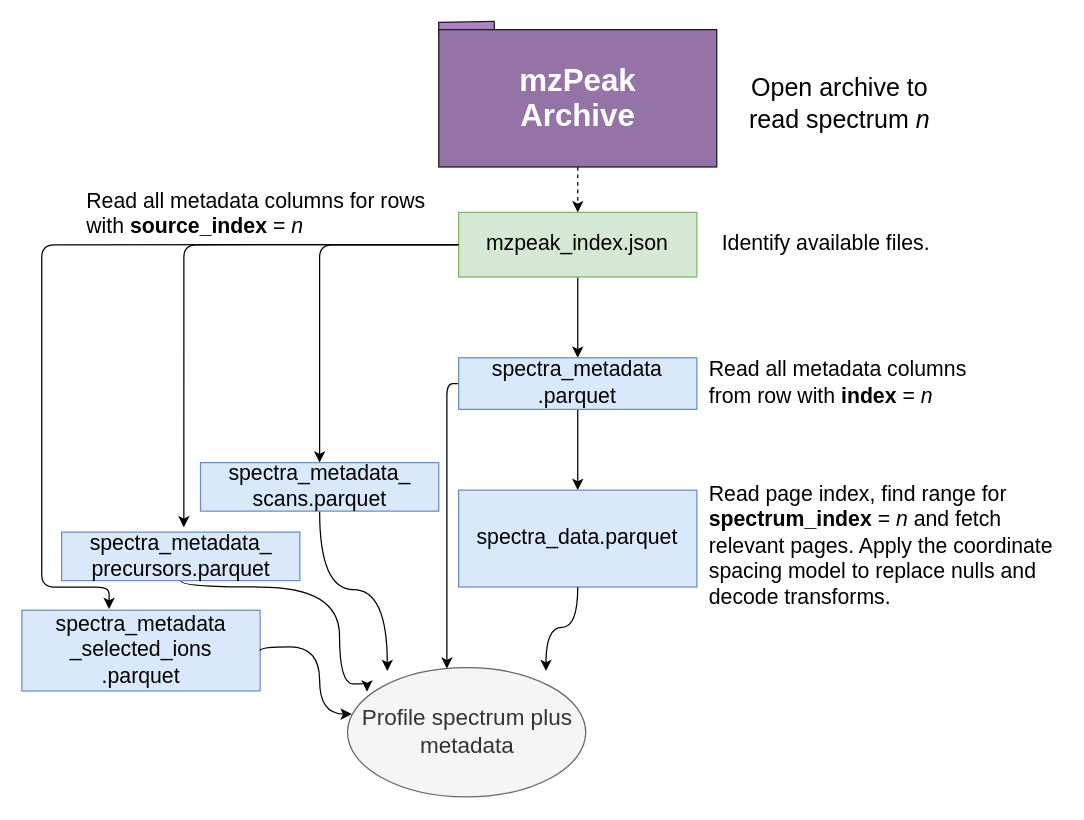
HUPO-PSI/mzPeak-specification keeps this draw.io diagram as docs/assets/img/reading-from-0.drawio. Above is the earlier version. Source tidied: cells renumbered, new cells numbered last; positions are measured from the earlier drawing's top-left corner, leaving out a move shared by most shapes. Both pictures are drawn from the tidied source at 125%, with x=0, y=0 at pixel (21, 21).
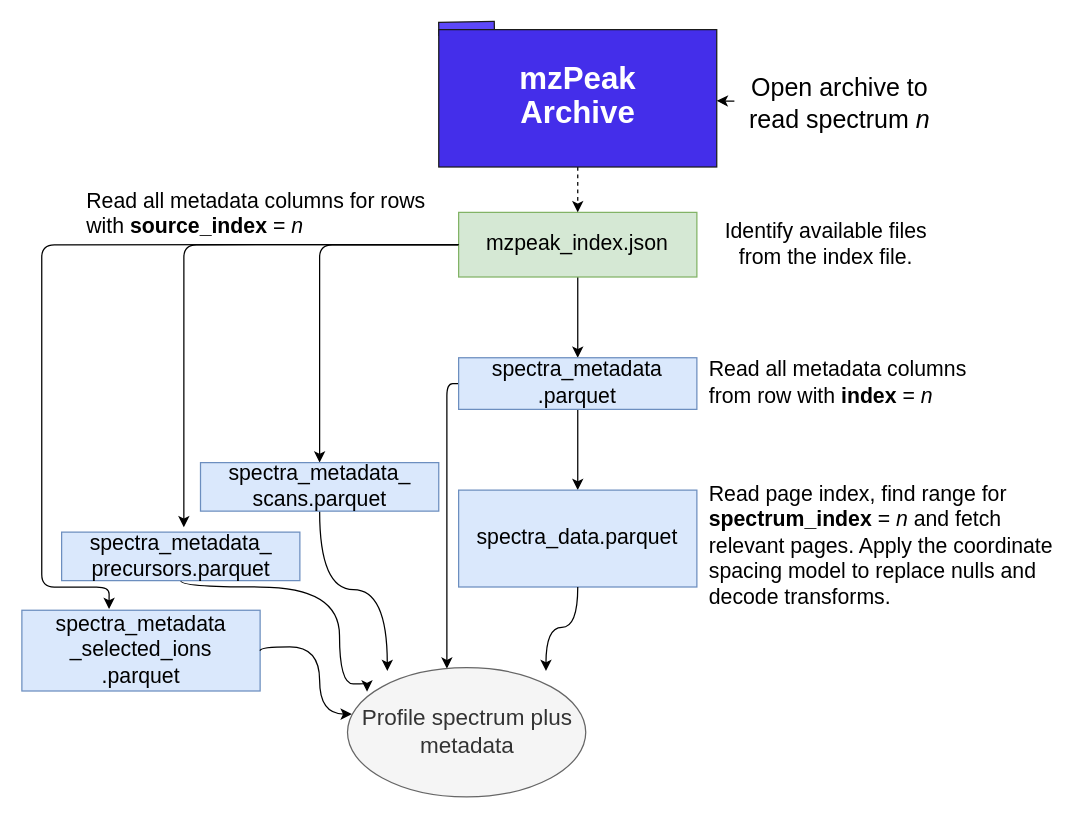
The same diagram, later.

Unchanged cells that the change refers to:
```xml
<mxCell id="27" value="&lt;font style=&quot;font-size: 20px;&quot;&gt;Open archive to read spectrum &lt;i style=&quot;&quot;&gt;n&lt;/i&gt;&lt;/font&gt;" style="text;html=1;whiteSpace=wrap;strokeColor=none;fillColor=none;align=center;verticalAlign=middle;rounded=0;fontSize=17;" parent="1" vertex="1">
  <mxGeometry x="570" y="50" width="168.5" height="30" as="geometry" />
</mxCell>
```

Change to the diagram source:
```diff
@@
-    <mxCell id="2" style="group;fontSize=18;" parent="1" vertex="1">
-      <mxGeometry x="333.5" width="222.4" height="116.1" as="geometry" />
-    </mxCell>
-    <mxCell id="3" style="whiteSpace=wrap;html=1;fillColor=#AD84BF;strokeColor=light-dark(#1A1A1A,#121212);rotation=359;fontSize=14;" parent="2" vertex="1">
-      <mxGeometry width="44.5" height="10.5" as="geometry" />
-    </mxCell>
-    <mxCell id="4" value="&lt;div style=&quot;line-height: 110%;&quot;&gt;&lt;span style=&quot;color: rgb(255, 255, 255);&quot;&gt;&lt;font style=&quot;font-size: 25px; line-height: 110%;&quot;&gt;&lt;b&gt;mzPeak&lt;/b&gt;&lt;/font&gt;&lt;/span&gt;&lt;div&gt;&lt;span style=&quot;color: rgb(255, 255, 255);&quot;&gt;&lt;font style=&quot;font-size: 25px; line-height: 110%;&quot;&gt;&lt;b&gt;Archive&lt;/b&gt;&lt;/font&gt;&lt;/span&gt;&lt;/div&gt;&lt;/div&gt;" style="whiteSpace=wrap;html=1;fillColor=#9673A6;strokeColor=light-dark(#1A1A1A,#121212);fontColor=light-dark(#FFFFFF,#121212);fontSize=18;" parent="2" vertex="1">
-      <mxGeometry y="6.2" width="222.4" height="109.9" as="geometry" />
-    </mxCell>
@@
-    <mxCell id="13" value="Identify available files." style="text;html=1;whiteSpace=wrap;strokeColor=none;fillColor=none;align=center;verticalAlign=middle;rounded=0;fontSize=17;" parent="1" vertex="1">
+    <mxCell id="13" value="Identify available files from the index file." style="text;html=1;whiteSpace=wrap;strokeColor=none;fillColor=none;align=center;verticalAlign=middle;rounded=0;fontSize=17;" parent="1" vertex="1">
       <mxGeometry x="547.9" y="158.9" width="190.6" height="38.8" as="geometry" />
     </mxCell>
@@
+    <mxCell id="28" style="edgeStyle=none;html=1;" parent="1" edge="1" source="27" target="4">
+      <mxGeometry relative="1" as="geometry" />
+    </mxCell>
@@
+    <mxCell id="3" style="whiteSpace=wrap;html=1;fillColor=#5D48F9;strokeColor=light-dark(#1A1A1A,#121212);rotation=359;fontSize=14;" parent="1" vertex="1">
+      <mxGeometry x="333.5" width="44.5" height="10.5" as="geometry" />
+    </mxCell>
+    <mxCell id="4" value="&lt;div style=&quot;line-height: 110%;&quot;&gt;&lt;b style=&quot;font-size: 25px; background-color: transparent; color: light-dark(rgb(255, 255, 255), rgb(0, 0, 0));&quot;&gt;mzPeak&lt;/b&gt;&lt;/div&gt;&lt;div style=&quot;line-height: 110%;&quot;&gt;&lt;div&gt;&lt;font style=&quot;font-size: 25px; line-height: 110%;&quot;&gt;&lt;b style=&quot;color: light-dark(rgb(255, 255, 255), rgb(0, 0, 0));&quot;&gt;Archive&lt;/b&gt;&lt;/font&gt;&lt;/div&gt;&lt;/div&gt;" style="whiteSpace=wrap;html=1;fillColor=light-dark(#442eea, #9577a3);strokeColor=light-dark(#1A1A1A,#121212);fontColor=light-dark(#FFFFFF,#FFFFFF);fontSize=18;" parent="1" vertex="1">
+      <mxGeometry x="333.5" y="6.2" width="222.4" height="109.9" as="geometry" />
+    </mxCell>
```
